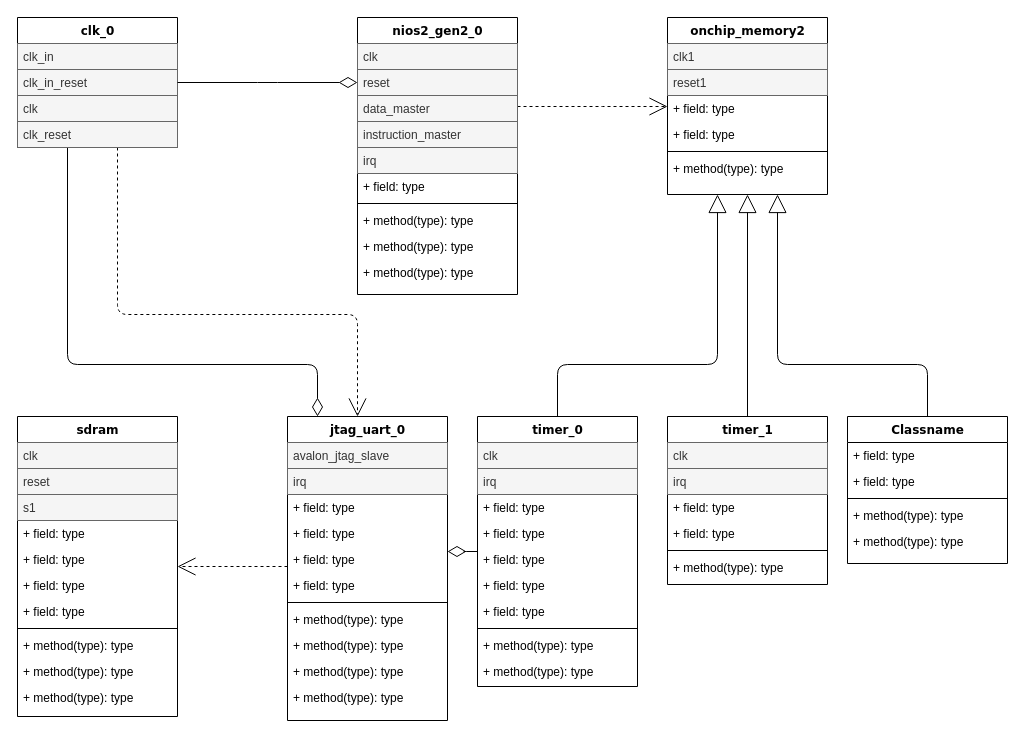
This is FPGA.drawio from KasymovD/FPGA, a draw.io file, before an edit. Source tidied: cells renumbered, new cells numbered last; positions are measured from the earlier drawing's top-left corner, leaving out a move shared by most shapes. Both pictures are drawn from the tidied source at 100%, with x=0, y=0 at pixel (17, 17).
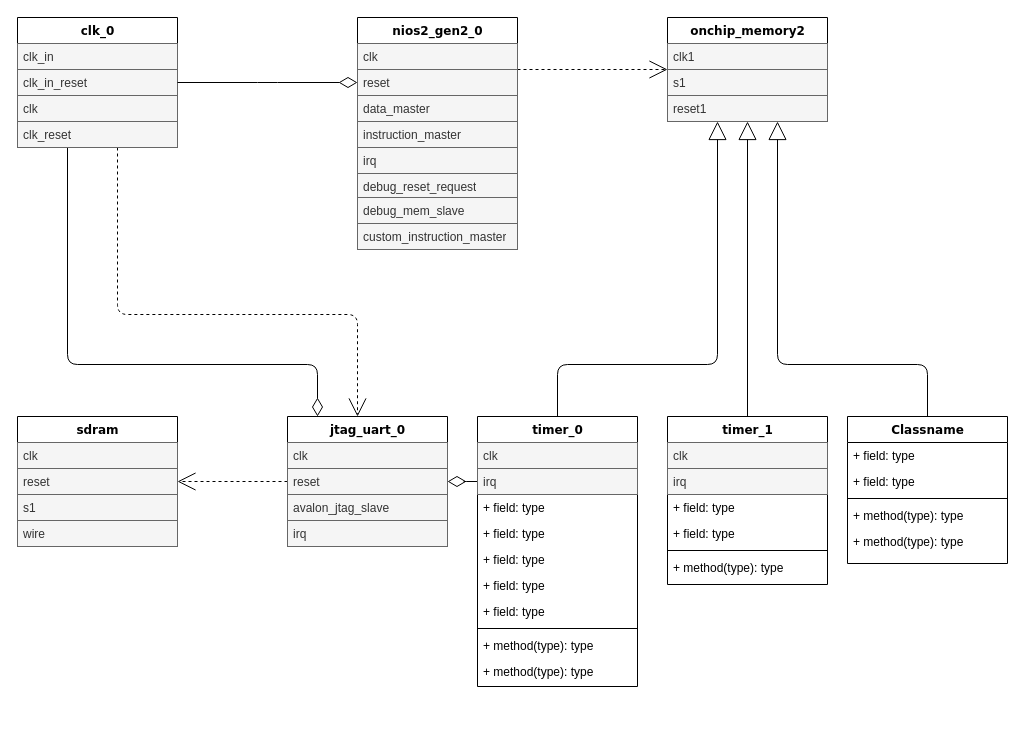
The same page after the edit.

What changed in the source:
```diff
@@
     <mxCell id="10" value="nios2_gen2_0" style="swimlane;html=1;fontStyle=1;align=center;verticalAlign=top;horizontal=1;startSize=26;swimlaneFillColor=#ffffff;rounded=0;shadow=0;comic=0;labelBackgroundColor=none;strokeWidth=1;fillColor=none;fontFamily=Verdana;fontSize=12;" parent="1" vertex="1">
-      <mxGeometry x="340" width="160" height="277" as="geometry" />
+      <mxGeometry x="340" width="160" height="232" as="geometry" />
     </mxCell>
@@
-    <mxCell id="16" value="+ field: type" style="text;html=1;strokeColor=none;fillColor=none;align=left;verticalAlign=top;spacingLeft=4;spacingRight=4;whiteSpace=wrap;overflow=hidden;" parent="10" vertex="1">
-      <mxGeometry y="156" width="160" height="26" as="geometry" />
+    <mxCell id="16" value="debug_reset_request" style="text;html=1;strokeColor=#666666;fillColor=#f5f5f5;align=left;verticalAlign=top;spacingLeft=4;spacingRight=4;whiteSpace=wrap;overflow=hidden;fontColor=#333333;" parent="10" vertex="1">
+      <mxGeometry y="156" width="160" height="24" as="geometry" />
     </mxCell>
-    <mxCell id="17" style="line;html=1;strokeWidth=1;fillColor=none;align=left;verticalAlign=middle;spacingTop=-1;spacingLeft=3;spacingRight=3;labelPosition=right;" parent="10" vertex="1">
-      <mxGeometry y="182" width="160" height="8" as="geometry" />
-    </mxCell>
-    <mxCell id="18" value="+ method(type): type" style="text;html=1;strokeColor=none;fillColor=none;align=left;verticalAlign=top;spacingLeft=4;spacingRight=4;whiteSpace=wrap;overflow=hidden;" parent="10" vertex="1">
-      <mxGeometry y="190" width="160" height="26" as="geometry" />
+    <mxCell id="18" value="debug_mem_slave" style="text;html=1;strokeColor=#666666;fillColor=#f5f5f5;align=left;verticalAlign=top;spacingLeft=4;spacingRight=4;whiteSpace=wrap;overflow=hidden;fontColor=#333333;" parent="10" vertex="1">
+      <mxGeometry y="180" width="160" height="26" as="geometry" />
     </mxCell>
-    <mxCell id="19" value="+ method(type): type" style="text;html=1;strokeColor=none;fillColor=none;align=left;verticalAlign=top;spacingLeft=4;spacingRight=4;whiteSpace=wrap;overflow=hidden;" parent="10" vertex="1">
-      <mxGeometry y="216" width="160" height="26" as="geometry" />
+    <mxCell id="19" value="custom_instruction_master" style="text;html=1;strokeColor=#666666;fillColor=#f5f5f5;align=left;verticalAlign=top;spacingLeft=4;spacingRight=4;whiteSpace=wrap;overflow=hidden;fontColor=#333333;" parent="10" vertex="1">
+      <mxGeometry y="206" width="160" height="26" as="geometry" />
     </mxCell>
-    <mxCell id="20" value="+ method(type): type" style="text;html=1;strokeColor=none;fillColor=none;align=left;verticalAlign=top;spacingLeft=4;spacingRight=4;whiteSpace=wrap;overflow=hidden;" parent="10" vertex="1">
-      <mxGeometry y="242" width="160" height="26" as="geometry" />
-    </mxCell>
     <mxCell id="21" value="onchip_memory2" style="swimlane;html=1;fontStyle=1;align=center;verticalAlign=top;horizontal=1;startSize=26;swimlaneFillColor=#ffffff;rounded=0;shadow=0;comic=0;labelBackgroundColor=none;strokeWidth=1;fillColor=none;fontFamily=Verdana;fontSize=12;" parent="1" vertex="1">
-      <mxGeometry x="650" width="160" height="177" as="geometry" />
+      <mxGeometry x="650" width="160" height="104" as="geometry" />
     </mxCell>
@@
+    <mxCell id="24" value="&lt;div&gt;s1&lt;/div&gt;" style="text;html=1;strokeColor=#666666;fillColor=#f5f5f5;align=left;verticalAlign=top;spacingLeft=4;spacingRight=4;whiteSpace=wrap;overflow=hidden;fontColor=#333333;" parent="21" vertex="1">
+      <mxGeometry y="52" width="160" height="26" as="geometry" />
+    </mxCell>
     <mxCell id="23" value="reset1" style="text;html=1;strokeColor=#666666;fillColor=#f5f5f5;align=left;verticalAlign=top;spacingLeft=4;spacingRight=4;whiteSpace=wrap;overflow=hidden;fontColor=#333333;" parent="21" vertex="1">
-      <mxGeometry y="52" width="160" height="26" as="geometry" />
+      <mxGeometry y="78" width="160" height="26" as="geometry" />
     </mxCell>
-    <mxCell id="24" value="+ field: type" style="text;html=1;strokeColor=none;fillColor=none;align=left;verticalAlign=top;spacingLeft=4;spacingRight=4;whiteSpace=wrap;overflow=hidden;" parent="21" vertex="1">
-      <mxGeometry y="78" width="160" height="26" as="geometry" />
-    </mxCell>
-    <mxCell id="25" value="+ field: type" style="text;html=1;strokeColor=none;fillColor=none;align=left;verticalAlign=top;spacingLeft=4;spacingRight=4;whiteSpace=wrap;overflow=hidden;" parent="21" vertex="1">
-      <mxGeometry y="104" width="160" height="26" as="geometry" />
-    </mxCell>
-    <mxCell id="26" style="line;html=1;strokeWidth=1;fillColor=none;align=left;verticalAlign=middle;spacingTop=-1;spacingLeft=3;spacingRight=3;labelPosition=right;" parent="21" vertex="1">
-      <mxGeometry y="130" width="160" height="8" as="geometry" />
-    </mxCell>
-    <mxCell id="27" value="+ method(type): type" style="text;html=1;strokeColor=none;fillColor=none;align=left;verticalAlign=top;spacingLeft=4;spacingRight=4;whiteSpace=wrap;overflow=hidden;" parent="21" vertex="1">
-      <mxGeometry y="138" width="160" height="26" as="geometry" />
-    </mxCell>
@@
     <mxCell id="29" value="sdram" style="swimlane;html=1;fontStyle=1;align=center;verticalAlign=top;horizontal=1;startSize=26;swimlaneFillColor=#ffffff;rounded=0;shadow=0;comic=0;labelBackgroundColor=none;strokeWidth=1;fillColor=none;fontFamily=Verdana;fontSize=12;" parent="1" vertex="1">
-      <mxGeometry y="399" width="160" height="300" as="geometry" />
+      <mxGeometry y="399" width="160" height="130" as="geometry" />
     </mxCell>
@@
-    <mxCell id="33" value="+ field: type" style="text;html=1;strokeColor=none;fillColor=none;align=left;verticalAlign=top;spacingLeft=4;spacingRight=4;whiteSpace=wrap;overflow=hidden;" parent="29" vertex="1">
+    <mxCell id="33" value="wire" style="text;html=1;strokeColor=#666666;fillColor=#f5f5f5;align=left;verticalAlign=top;spacingLeft=4;spacingRight=4;whiteSpace=wrap;overflow=hidden;fontColor=#333333;" parent="29" vertex="1">
       <mxGeometry y="104" width="160" height="26" as="geometry" />
     </mxCell>
-    <mxCell id="34" value="+ field: type" style="text;html=1;strokeColor=none;fillColor=none;align=left;verticalAlign=top;spacingLeft=4;spacingRight=4;whiteSpace=wrap;overflow=hidden;" parent="29" vertex="1">
-      <mxGeometry y="130" width="160" height="26" as="geometry" />
-    </mxCell>
-    <mxCell id="35" value="+ field: type" style="text;html=1;strokeColor=none;fillColor=none;align=left;verticalAlign=top;spacingLeft=4;spacingRight=4;whiteSpace=wrap;overflow=hidden;" parent="29" vertex="1">
-      <mxGeometry y="156" width="160" height="26" as="geometry" />
-    </mxCell>
-    <mxCell id="36" value="+ field: type" style="text;html=1;strokeColor=none;fillColor=none;align=left;verticalAlign=top;spacingLeft=4;spacingRight=4;whiteSpace=wrap;overflow=hidden;" parent="29" vertex="1">
-      <mxGeometry y="182" width="160" height="26" as="geometry" />
-    </mxCell>
-    <mxCell id="37" style="line;html=1;strokeWidth=1;fillColor=none;align=left;verticalAlign=middle;spacingTop=-1;spacingLeft=3;spacingRight=3;labelPosition=right;" parent="29" vertex="1">
-      <mxGeometry y="208" width="160" height="8" as="geometry" />
-    </mxCell>
-    <mxCell id="38" value="+ method(type): type" style="text;html=1;strokeColor=none;fillColor=none;align=left;verticalAlign=top;spacingLeft=4;spacingRight=4;whiteSpace=wrap;overflow=hidden;" parent="29" vertex="1">
-      <mxGeometry y="216" width="160" height="26" as="geometry" />
-    </mxCell>
-    <mxCell id="39" value="+ method(type): type" style="text;html=1;strokeColor=none;fillColor=none;align=left;verticalAlign=top;spacingLeft=4;spacingRight=4;whiteSpace=wrap;overflow=hidden;" parent="29" vertex="1">
-      <mxGeometry y="242" width="160" height="26" as="geometry" />
-    </mxCell>
-    <mxCell id="40" value="+ method(type): type" style="text;html=1;strokeColor=none;fillColor=none;align=left;verticalAlign=top;spacingLeft=4;spacingRight=4;whiteSpace=wrap;overflow=hidden;" parent="29" vertex="1">
-      <mxGeometry y="268" width="160" height="26" as="geometry" />
-    </mxCell>
@@
     <mxCell id="42" value="jtag_uart_0" style="swimlane;html=1;fontStyle=1;align=center;verticalAlign=top;horizontal=1;startSize=26;swimlaneFillColor=#ffffff;rounded=0;shadow=0;comic=0;labelBackgroundColor=none;strokeWidth=1;fontFamily=Verdana;fontSize=12;" parent="1" vertex="1">
-      <mxGeometry x="270" y="399" width="160" height="304" as="geometry" />
+      <mxGeometry x="270" y="399" width="160" height="130" as="geometry" />
     </mxCell>
+    <mxCell id="45" value="clk" style="text;html=1;strokeColor=#666666;fillColor=#f5f5f5;align=left;verticalAlign=top;spacingLeft=4;spacingRight=4;whiteSpace=wrap;overflow=hidden;fontColor=#333333;" parent="42" vertex="1">
+      <mxGeometry y="26" width="160" height="26" as="geometry" />
+    </mxCell>
+    <mxCell id="46" value="reset" style="text;html=1;strokeColor=#666666;fillColor=#f5f5f5;align=left;verticalAlign=top;spacingLeft=4;spacingRight=4;whiteSpace=wrap;overflow=hidden;fontColor=#333333;" parent="42" vertex="1">
+      <mxGeometry y="52" width="160" height="26" as="geometry" />
+    </mxCell>
     <mxCell id="43" value="avalon_jtag_slave" style="text;html=1;strokeColor=#666666;fillColor=#f5f5f5;align=left;verticalAlign=top;spacingLeft=4;spacingRight=4;whiteSpace=wrap;overflow=hidden;fontColor=#333333;" parent="42" vertex="1">
-      <mxGeometry y="26" width="160" height="26" as="geometry" />
+      <mxGeometry y="78" width="160" height="26" as="geometry" />
     </mxCell>
     <mxCell id="44" value="irq" style="text;html=1;strokeColor=#666666;fillColor=#f5f5f5;align=left;verticalAlign=top;spacingLeft=4;spacingRight=4;whiteSpace=wrap;overflow=hidden;fontColor=#333333;" parent="42" vertex="1">
-      <mxGeometry y="52" width="160" height="26" as="geometry" />
+      <mxGeometry y="104" width="160" height="26" as="geometry" />
     </mxCell>
-    <mxCell id="45" value="+ field: type" style="text;html=1;strokeColor=none;fillColor=none;align=left;verticalAlign=top;spacingLeft=4;spacingRight=4;whiteSpace=wrap;overflow=hidden;" parent="42" vertex="1">
-      <mxGeometry y="78" width="160" height="26" as="geometry" />
-    </mxCell>
-    <mxCell id="46" value="+ field: type" style="text;html=1;strokeColor=none;fillColor=none;align=left;verticalAlign=top;spacingLeft=4;spacingRight=4;whiteSpace=wrap;overflow=hidden;" parent="42" vertex="1">
-      <mxGeometry y="104" width="160" height="26" as="geometry" />
-    </mxCell>
-    <mxCell id="47" value="+ field: type" style="text;html=1;strokeColor=none;fillColor=none;align=left;verticalAlign=top;spacingLeft=4;spacingRight=4;whiteSpace=wrap;overflow=hidden;" parent="42" vertex="1">
-      <mxGeometry y="130" width="160" height="26" as="geometry" />
-    </mxCell>
-    <mxCell id="48" value="+ field: type" style="text;html=1;strokeColor=none;fillColor=none;align=left;verticalAlign=top;spacingLeft=4;spacingRight=4;whiteSpace=wrap;overflow=hidden;" parent="42" vertex="1">
-      <mxGeometry y="156" width="160" height="26" as="geometry" />
-    </mxCell>
-    <mxCell id="49" style="line;html=1;strokeWidth=1;fillColor=none;align=left;verticalAlign=middle;spacingTop=-1;spacingLeft=3;spacingRight=3;labelPosition=right;" parent="42" vertex="1">
-      <mxGeometry y="182" width="160" height="8" as="geometry" />
-    </mxCell>
-    <mxCell id="50" value="+ method(type): type" style="text;html=1;strokeColor=none;fillColor=none;align=left;verticalAlign=top;spacingLeft=4;spacingRight=4;whiteSpace=wrap;overflow=hidden;" parent="42" vertex="1">
-      <mxGeometry y="190" width="160" height="26" as="geometry" />
-    </mxCell>
-    <mxCell id="51" value="+ method(type): type" style="text;html=1;strokeColor=none;fillColor=none;align=left;verticalAlign=top;spacingLeft=4;spacingRight=4;whiteSpace=wrap;overflow=hidden;" parent="42" vertex="1">
-      <mxGeometry y="216" width="160" height="26" as="geometry" />
-    </mxCell>
-    <mxCell id="52" value="+ method(type): type" style="text;html=1;strokeColor=none;fillColor=none;align=left;verticalAlign=top;spacingLeft=4;spacingRight=4;whiteSpace=wrap;overflow=hidden;" parent="42" vertex="1">
-      <mxGeometry y="242" width="160" height="26" as="geometry" />
-    </mxCell>
-    <mxCell id="53" value="+ method(type): type" style="text;html=1;strokeColor=none;fillColor=none;align=left;verticalAlign=top;spacingLeft=4;spacingRight=4;whiteSpace=wrap;overflow=hidden;" parent="42" vertex="1">
-      <mxGeometry y="268" width="160" height="26" as="geometry" />
-    </mxCell>
```
